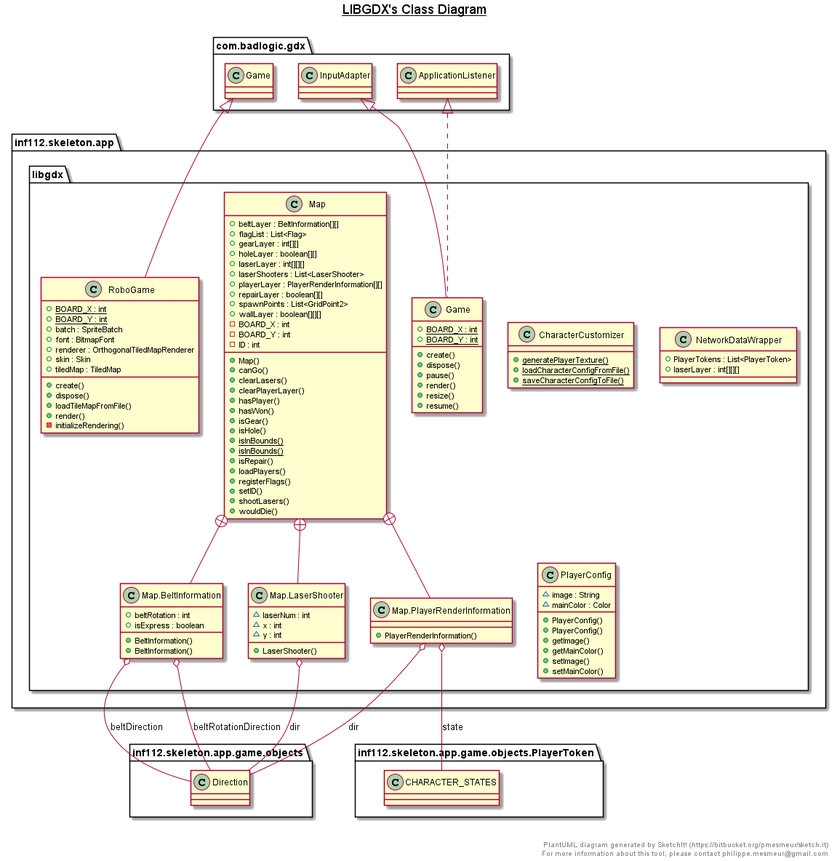
inf112-v21/Snokarane keeps this PlantUML diagram as Structure/Class diagrams/libgdx.png. Above is the earlier version.
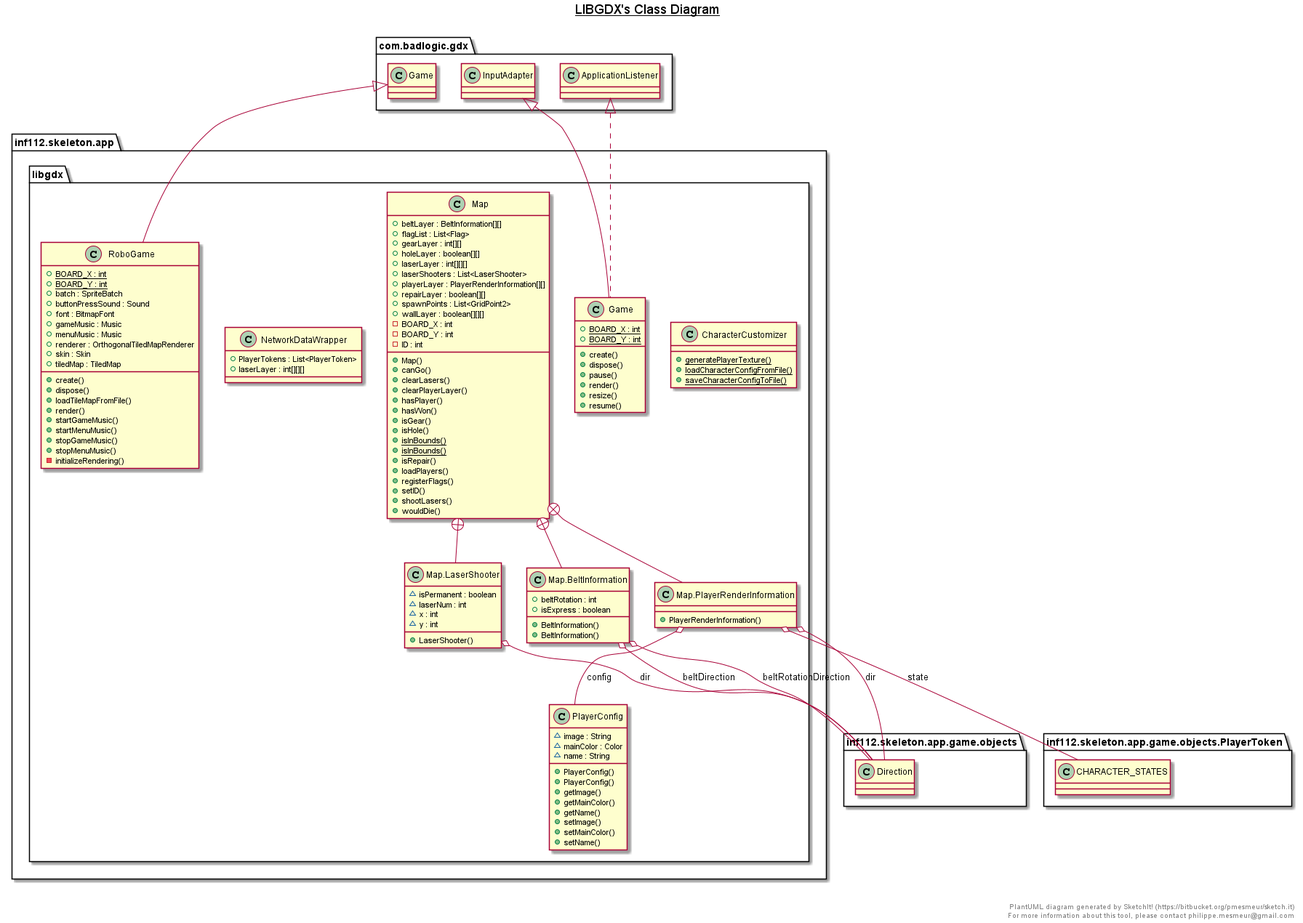
The same file after the commit.

The edit, as a diff of the source:
```diff
@@ -81,6 +81,7 @@
   namespace inf112.skeleton.app {
     namespace libgdx {
       class inf112.skeleton.app.libgdx.Map.LaserShooter {
+          ~ isPermanent : boolean
           ~ laserNum : int
           ~ x : int
           ~ y : int
@@ -114,12 +115,15 @@
       class inf112.skeleton.app.libgdx.PlayerConfig {
           ~ image : String
           ~ mainColor : Color
+          ~ name : String
           + PlayerConfig()
           + PlayerConfig()
           + getImage()
           + getMainColor()
+          + getName()
           + setImage()
           + setMainColor()
+          + setName()
       }
     }
   }
@@ -131,7 +135,10 @@
           {static} + BOARD_X : int
           {static} + BOARD_Y : int
           + batch : SpriteBatch
+          + buttonPressSound : Sound
           + font : BitmapFont
+          + gameMusic : Music
+          + menuMusic : Music
           + renderer : OrthogonalTiledMapRenderer
           + skin : Skin
           + tiledMap : TiledMap
@@ -139,6 +146,10 @@
           + dispose()
           + loadTileMapFromFile()
           + render()
+          + startGameMusic()
+          + startMenuMusic()
+          + stopGameMusic()
+          + stopMenuMusic()
           - initializeRendering()
       }
     }
@@ -153,6 +164,7 @@
   inf112.skeleton.app.libgdx.Map.BeltInformation o-- inf112.skeleton.app.game.objects.Direction : beltDirection
   inf112.skeleton.app.libgdx.Map.BeltInformation o-- inf112.skeleton.app.game.objects.Direction : beltRotationDirection
   inf112.skeleton.app.libgdx.Map.LaserShooter o-- inf112.skeleton.app.game.objects.Direction : dir
+  inf112.skeleton.app.libgdx.Map.PlayerRenderInformation o-- inf112.skeleton.app.libgdx.PlayerConfig : config
   inf112.skeleton.app.libgdx.Map.PlayerRenderInformation o-- inf112.skeleton.app.game.objects.Direction : dir
   inf112.skeleton.app.libgdx.Map.PlayerRenderInformation o-- inf112.skeleton.app.game.objects.PlayerToken.CHARACTER_STATES : state
   inf112.skeleton.app.libgdx.RoboGame -up-|> com.badlogic.gdx.Game
```
